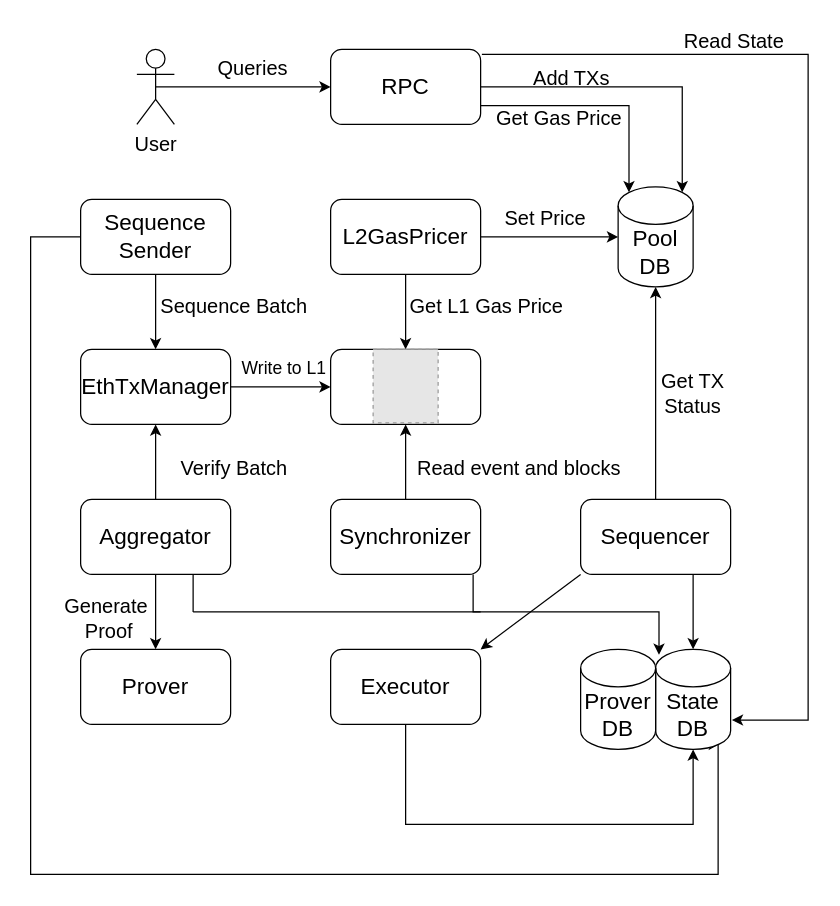
Before: polygonArchitecture.drawio in Phillip-Kemper/thesis-drawings, a draw.io diagram. Source tidied: cells renumbered, new cells numbered last; positions are measured from the earlier drawing's top-left corner, leaving out a move shared by most shapes. Both pictures are drawn from the tidied source at 125%, with x=0, y=0 at pixel (30, 21). Pictures stored in the file or linked from it are replaced by grey dashed boxes.
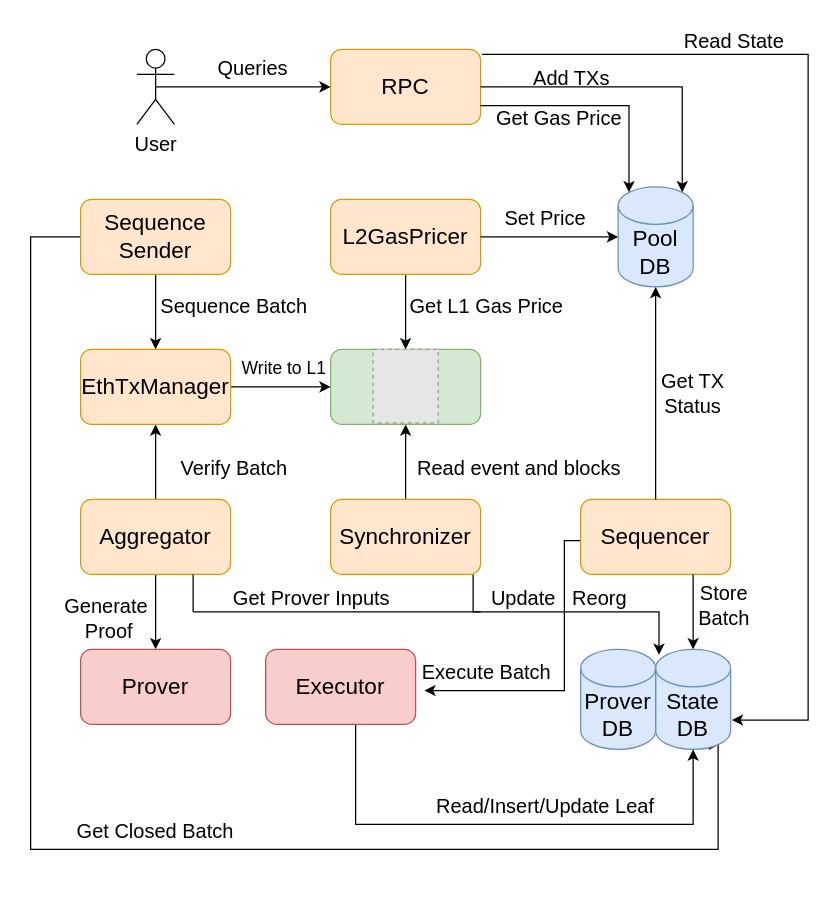
Above is the later version.

Change to the diagram source:
```diff
@@
-    <mxCell id="3" value="&lt;font style=&quot;font-size: 18px;&quot;&gt;RPC&lt;/font&gt;" style="rounded=1;whiteSpace=wrap;html=1;fontSize=18;" parent="1" vertex="1">
+    <mxCell id="3" value="&lt;font style=&quot;font-size: 18px;&quot;&gt;RPC&lt;/font&gt;" style="rounded=1;whiteSpace=wrap;html=1;fontSize=18;fillColor=#ffe6cc;strokeColor=#d79b00;" parent="1" vertex="1">
       <mxGeometry x="240" y="22" width="120" height="60" as="geometry" />
     </mxCell>
@@
-    <mxCell id="5" value="&lt;font style=&quot;font-size: 18px;&quot;&gt;L2GasPricer&lt;/font&gt;" style="rounded=1;whiteSpace=wrap;html=1;fontSize=18;" parent="1" vertex="1">
+    <mxCell id="5" value="&lt;font style=&quot;font-size: 18px;&quot;&gt;L2GasPricer&lt;/font&gt;" style="rounded=1;whiteSpace=wrap;html=1;fontSize=18;fillColor=#ffe6cc;strokeColor=#d79b00;" parent="1" vertex="1">
       <mxGeometry x="240" y="142" width="120" height="60" as="geometry" />
     </mxCell>
-    <mxCell id="6" style="rounded=1;whiteSpace=wrap;html=1;fontSize=18;" parent="1" vertex="1">
+    <mxCell id="6" style="rounded=1;whiteSpace=wrap;html=1;fontSize=18;fillColor=#d5e8d4;strokeColor=#82b366;" parent="1" vertex="1">
       <mxGeometry x="240" y="262" width="120" height="60" as="geometry" />
     </mxCell>
@@
-    <mxCell id="9" value="Synchronizer" style="rounded=1;whiteSpace=wrap;html=1;fontSize=18;" parent="1" vertex="1">
+    <mxCell id="9" value="Synchronizer" style="rounded=1;whiteSpace=wrap;html=1;fontSize=18;fillColor=#ffe6cc;strokeColor=#d79b00;" parent="1" vertex="1">
       <mxGeometry x="240" y="382" width="120" height="60" as="geometry" />
     </mxCell>
-    <mxCell id="10" style="rounded=0;jettySize=auto;html=1;exitX=0;exitY=1;exitDx=0;exitDy=0;entryX=1;entryY=0;entryDx=0;entryDy=0;" parent="1" edge="1" source="11" target="24">
-      <mxGeometry relative="1" as="geometry" />
-    </mxCell>
+    <mxCell id="48" style="edgeStyle=orthogonalEdgeStyle;rounded=0;orthogonalLoop=1;jettySize=auto;html=1;exitX=0;exitY=0.5;exitDx=0;exitDy=0;entryX=1;entryY=0.5;entryDx=0;entryDy=0;" parent="1" edge="1">
+      <mxGeometry relative="1" as="geometry">
+        <mxPoint x="447" y="414.9" as="sourcePoint" />
+        <mxPoint x="315" y="534.9" as="targetPoint" />
+        <Array as="points">
+          <mxPoint x="427" y="414.9" />
+          <mxPoint x="427" y="534.9" />
+        </Array>
+      </mxGeometry>
+    </mxCell>
-    <mxCell id="11" value="Sequencer" style="rounded=1;whiteSpace=wrap;html=1;fontSize=18;" parent="1" vertex="1">
+    <mxCell id="11" value="Sequencer" style="rounded=1;whiteSpace=wrap;html=1;fontSize=18;fillColor=#ffe6cc;strokeColor=#d79b00;" parent="1" vertex="1">
       <mxGeometry x="440" y="382" width="120" height="60" as="geometry" />
     </mxCell>
@@
-    <mxCell id="14" value="Aggregator" style="rounded=1;whiteSpace=wrap;html=1;fontSize=18;" parent="1" vertex="1">
+    <mxCell id="14" value="Aggregator" style="rounded=1;whiteSpace=wrap;html=1;fontSize=18;fillColor=#ffe6cc;strokeColor=#d79b00;" parent="1" vertex="1">
       <mxGeometry x="40" y="382" width="120" height="60" as="geometry" />
     </mxCell>
@@
-    <mxCell id="16" value="EthTxManager" style="rounded=1;whiteSpace=wrap;html=1;fontSize=18;" parent="1" vertex="1">
+    <mxCell id="16" value="EthTxManager" style="rounded=1;whiteSpace=wrap;html=1;fontSize=18;fillColor=#ffe6cc;strokeColor=#d79b00;" parent="1" vertex="1">
       <mxGeometry x="40" y="262" width="120" height="60" as="geometry" />
     </mxCell>
@@
     <mxCell id="18" style="edgeStyle=orthogonalEdgeStyle;rounded=0;jettySize=auto;html=1;exitX=0;exitY=0.5;exitDx=0;exitDy=0;entryX=0.855;entryY=1;entryDx=0;entryDy=-4.35;entryPerimeter=0;" parent="1" edge="1" source="19" target="20">
       <mxGeometry relative="1" as="geometry">
         <Array as="points">
           <mxPoint y="172" />
-          <mxPoint y="682" />
-          <mxPoint x="550" y="682" />
+          <mxPoint y="662" />
+          <mxPoint x="550" y="662" />
           <mxPoint x="550" y="578" />
         </Array>
       </mxGeometry>
     </mxCell>
-    <mxCell id="19" value="Sequence&lt;br&gt;Sender" style="rounded=1;whiteSpace=wrap;html=1;fontSize=18;" parent="1" vertex="1">
+    <mxCell id="19" value="Sequence&lt;br&gt;Sender" style="rounded=1;whiteSpace=wrap;html=1;fontSize=18;fillColor=#ffe6cc;strokeColor=#d79b00;" parent="1" vertex="1">
       <mxGeometry x="40" y="142" width="120" height="60" as="geometry" />
     </mxCell>
-    <mxCell id="20" value="State&lt;br style=&quot;font-size: 18px;&quot;&gt;DB" style="shape=cylinder3;whiteSpace=wrap;html=1;boundedLbl=1;backgroundOutline=1;size=15;fontSize=18;" parent="1" vertex="1">
+    <mxCell id="20" value="State&lt;br style=&quot;font-size: 18px;&quot;&gt;DB" style="shape=cylinder3;whiteSpace=wrap;html=1;boundedLbl=1;backgroundOutline=1;size=15;fontSize=18;fillColor=#dae8fc;strokeColor=#6c8ebf;" parent="1" vertex="1">
       <mxGeometry x="500" y="502" width="60" height="80" as="geometry" />
     </mxCell>
-    <mxCell id="21" value="Prover&lt;br style=&quot;font-size: 18px;&quot;&gt;DB" style="shape=cylinder3;whiteSpace=wrap;html=1;boundedLbl=1;backgroundOutline=1;size=15;fontSize=18;" parent="1" vertex="1">
+    <mxCell id="21" value="Prover&lt;br style=&quot;font-size: 18px;&quot;&gt;DB" style="shape=cylinder3;whiteSpace=wrap;html=1;boundedLbl=1;backgroundOutline=1;size=15;fontSize=18;fillColor=#dae8fc;strokeColor=#6c8ebf;" parent="1" vertex="1">
       <mxGeometry x="440" y="502" width="60" height="80" as="geometry" />
     </mxCell>
-    <mxCell id="22" value="Prover" style="rounded=1;whiteSpace=wrap;html=1;fontSize=18;" parent="1" vertex="1">
+    <mxCell id="22" value="Prover" style="rounded=1;whiteSpace=wrap;html=1;fontSize=18;fillColor=#f8cecc;strokeColor=#b85450;" parent="1" vertex="1">
       <mxGeometry x="40" y="502" width="120" height="60" as="geometry" />
     </mxCell>
     <mxCell id="23" style="edgeStyle=orthogonalEdgeStyle;rounded=0;jettySize=auto;html=1;exitX=0.5;exitY=1;exitDx=0;exitDy=0;entryX=0.5;entryY=1;entryDx=0;entryDy=0;entryPerimeter=0;" parent="1" edge="1" source="24" target="20">
       <mxGeometry relative="1" as="geometry">
         <Array as="points">
-          <mxPoint x="300" y="642" />
+          <mxPoint x="260" y="562" />
+          <mxPoint x="260" y="642" />
           <mxPoint x="530" y="642" />
         </Array>
       </mxGeometry>
     </mxCell>
-    <mxCell id="24" value="Executor" style="rounded=1;whiteSpace=wrap;html=1;fontSize=18;" parent="1" vertex="1">
-      <mxGeometry x="240" y="502" width="120" height="60" as="geometry" />
+    <mxCell id="24" value="Executor" style="rounded=1;whiteSpace=wrap;html=1;fontSize=18;fillColor=#f8cecc;strokeColor=#b85450;" parent="1" vertex="1">
+      <mxGeometry x="188" y="502" width="120" height="60" as="geometry" />
     </mxCell>
@@
-    <mxCell id="26" value="Pool&lt;br style=&quot;font-size: 18px;&quot;&gt;DB" style="shape=cylinder3;whiteSpace=wrap;html=1;boundedLbl=1;backgroundOutline=1;size=15;fontSize=18;" parent="1" vertex="1">
+    <mxCell id="26" value="Pool&lt;br style=&quot;font-size: 18px;&quot;&gt;DB" style="shape=cylinder3;whiteSpace=wrap;html=1;boundedLbl=1;backgroundOutline=1;size=15;fontSize=18;fillColor=#dae8fc;strokeColor=#6c8ebf;" parent="1" vertex="1">
       <mxGeometry x="470" y="132" width="60" height="80" as="geometry" />
     </mxCell>
@@
+    <mxCell id="49" value="&lt;span style=&quot;font-size: 16px;&quot;&gt;Get Closed Batch&lt;br&gt;&lt;/span&gt;" style="text;html=1;strokeColor=none;fillColor=none;align=center;verticalAlign=middle;whiteSpace=wrap;rounded=0;" parent="1" vertex="1">
+      <mxGeometry x="12" y="632" width="176" height="30" as="geometry" />
+    </mxCell>
+    <mxCell id="50" value="&lt;span style=&quot;font-size: 16px;&quot;&gt;Store &lt;br&gt;Batch&lt;/span&gt;" style="text;html=1;strokeColor=none;fillColor=none;align=center;verticalAlign=middle;whiteSpace=wrap;rounded=0;" parent="1" vertex="1">
+      <mxGeometry x="480" y="452" width="150" height="30" as="geometry" />
+    </mxCell>
+    <mxCell id="51" value="&lt;span style=&quot;font-size: 16px;&quot;&gt;Read/Insert/Update Leaf&lt;/span&gt;" style="text;html=1;strokeColor=none;fillColor=none;align=center;verticalAlign=middle;whiteSpace=wrap;rounded=0;" parent="1" vertex="1">
+      <mxGeometry x="315" y="612" width="194" height="30" as="geometry" />
+    </mxCell>
+    <mxCell id="52" value="&lt;font style=&quot;font-size: 16px;&quot;&gt;Get Prover Inputs&lt;/font&gt;" style="text;html=1;strokeColor=none;fillColor=none;align=center;verticalAlign=middle;whiteSpace=wrap;rounded=0;" parent="1" vertex="1">
+      <mxGeometry x="140" y="446" width="170" height="30" as="geometry" />
+    </mxCell>
+    <mxCell id="53" value="&lt;font style=&quot;font-size: 16px;&quot;&gt;Execute Batch&lt;/font&gt;" style="text;html=1;strokeColor=none;fillColor=none;align=center;verticalAlign=middle;whiteSpace=wrap;rounded=0;" parent="1" vertex="1">
+      <mxGeometry x="280" y="505" width="170" height="30" as="geometry" />
+    </mxCell>
+    <mxCell id="54" value="&lt;font style=&quot;font-size: 16px;&quot;&gt;Update&amp;nbsp; &amp;nbsp;Reorg&lt;/font&gt;" style="text;html=1;strokeColor=none;fillColor=none;align=center;verticalAlign=middle;whiteSpace=wrap;rounded=0;" parent="1" vertex="1">
+      <mxGeometry x="338" y="446" width="170" height="30" as="geometry" />
+    </mxCell>
```
